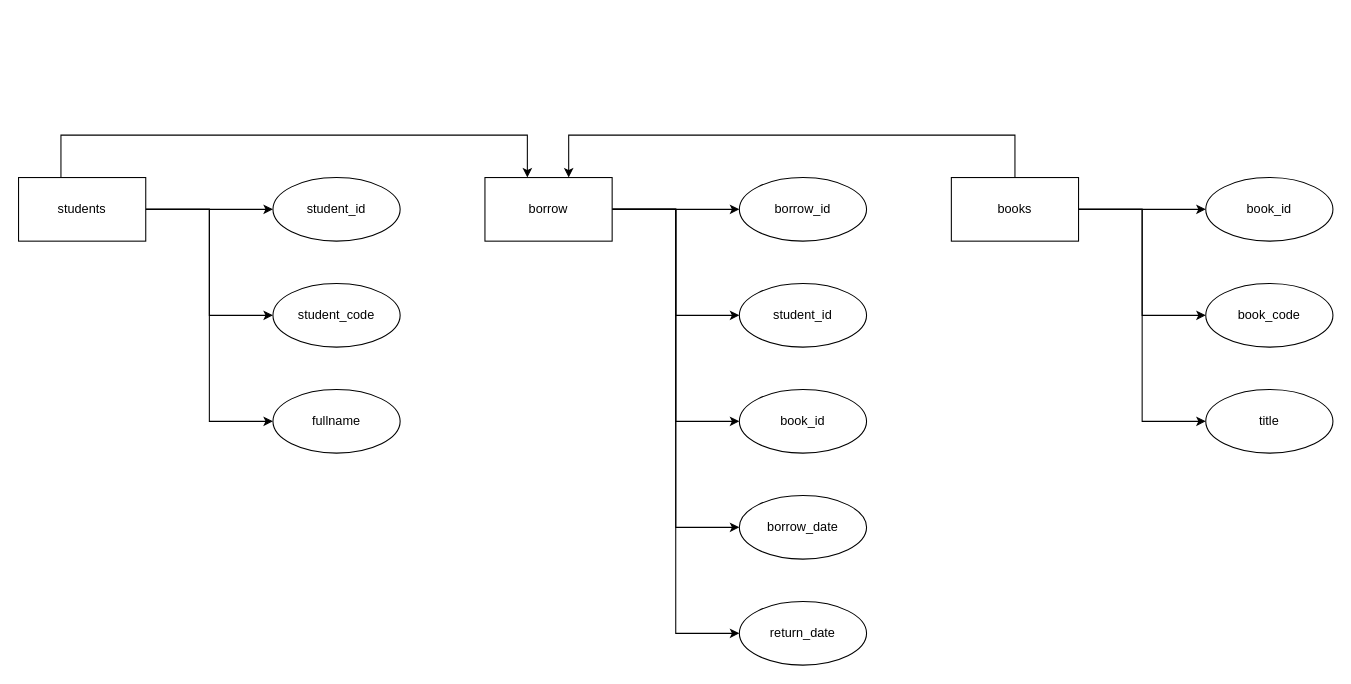
This is b2.drawio from trung2007hs-jpg/NguyenPhamHoangTrung_B25DTCN211_CNTT6_CSDL_Session01_BTVN02, a draw.io file, before an edit. Source tidied: cells renumbered, new cells numbered last; positions are measured from the earlier drawing's top-left corner, leaving out a move shared by most shapes. Both pictures are drawn from the tidied source at 106%, with x=0, y=0 at pixel (18, 135).
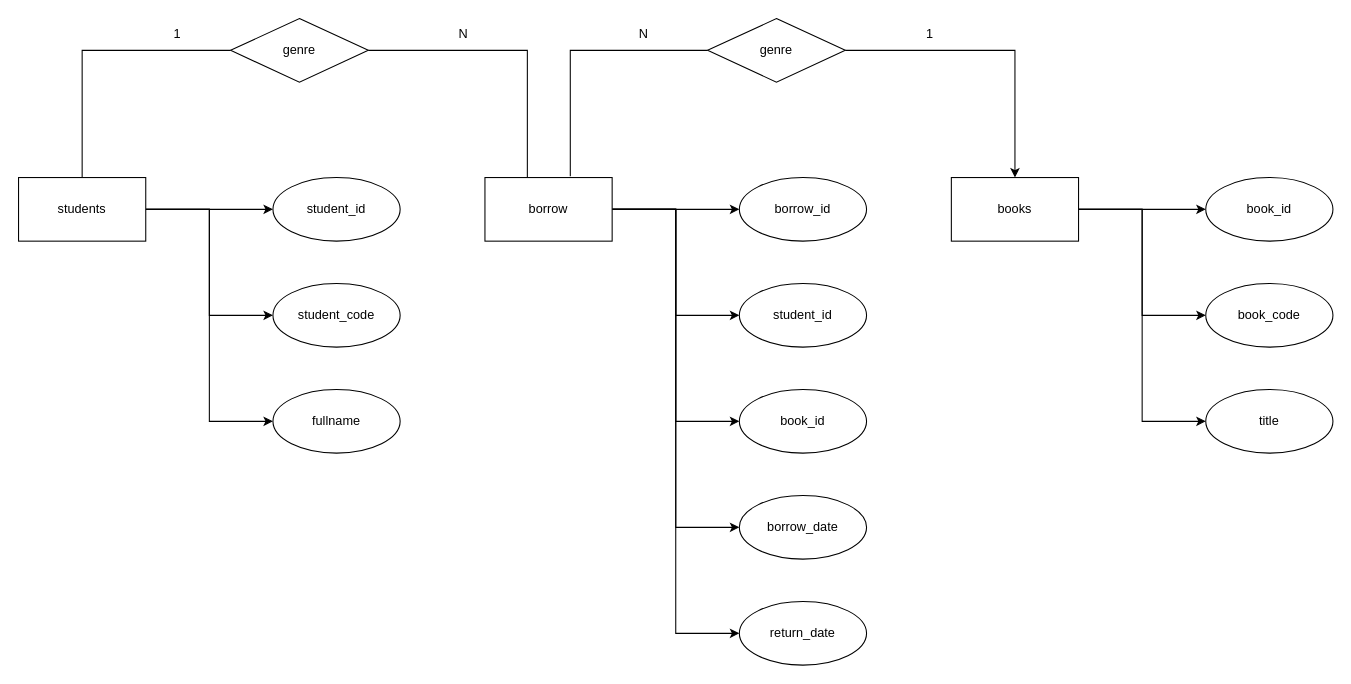
The same page after the edit.

Unchanged cells that the change refers to:
```xml
<mxCell id="6" value="students" style="rounded=0;whiteSpace=wrap;html=1;" parent="1" vertex="1">
  <mxGeometry y="40" width="120" height="60" as="geometry" />
</mxCell>
<mxCell id="13" value="books" style="rounded=0;whiteSpace=wrap;html=1;" parent="1" vertex="1">
  <mxGeometry x="880" y="40" width="120" height="60" as="geometry" />
</mxCell>
<mxCell id="22" value="borrow" style="rounded=0;whiteSpace=wrap;html=1;" parent="1" vertex="1">
  <mxGeometry x="440" y="40" width="120" height="60" as="geometry" />
</mxCell>
```

Diff of the diagram source:
```diff
@@
-    <mxCell id="5" style="edgeStyle=orthogonalEdgeStyle;rounded=0;orthogonalLoop=1;jettySize=auto;html=1;entryX=0.5;entryY=0;entryDx=0;entryDy=0;" parent="1" edge="1">
-      <mxGeometry relative="1" as="geometry">
-        <mxPoint x="40" y="40" as="sourcePoint" />
-        <mxPoint x="480" y="40" as="targetPoint" />
-        <Array as="points">
-          <mxPoint x="40" />
-          <mxPoint x="480" />
-        </Array>
-      </mxGeometry>
-    </mxCell>
+    <mxCell id="29" style="edgeStyle=orthogonalEdgeStyle;rounded=0;jettySize=auto;html=1;entryX=0;entryY=0.5;entryDx=0;entryDy=0;endArrow=none;endFill=0;" parent="1" edge="1" source="6" target="31">
+      <mxGeometry relative="1" as="geometry">
+        <Array as="points">
+          <mxPoint x="60" y="-80" />
+        </Array>
+      </mxGeometry>
+    </mxCell>
@@
-    <mxCell id="28" style="edgeStyle=orthogonalEdgeStyle;rounded=0;jettySize=auto;html=1;" parent="1" edge="1" source="13">
-      <mxGeometry relative="1" as="geometry">
-        <mxPoint x="519" y="40" as="targetPoint" />
-        <Array as="points">
-          <mxPoint x="940" />
-          <mxPoint x="519" />
-        </Array>
-      </mxGeometry>
-    </mxCell>
+    <mxCell id="30" style="edgeStyle=orthogonalEdgeStyle;rounded=0;jettySize=auto;html=1;endArrow=none;endFill=0;" parent="1" edge="1" source="31">
+      <mxGeometry relative="1" as="geometry">
+        <mxPoint x="480" y="40" as="targetPoint" />
+        <Array as="points">
+          <mxPoint x="480" y="-80" />
+          <mxPoint x="480" y="40" />
+        </Array>
+      </mxGeometry>
+    </mxCell>
+    <mxCell id="31" value="genre" style="rhombus;whiteSpace=wrap;html=1;" parent="1" vertex="1">
+      <mxGeometry x="200" y="-110" width="130" height="60" as="geometry" />
+    </mxCell>
+    <mxCell id="32" value="1" style="text;html=1;whiteSpace=wrap;strokeColor=none;fillColor=none;align=center;verticalAlign=middle;rounded=0;" parent="1" vertex="1">
+      <mxGeometry x="120" y="-110" width="60" height="30" as="geometry" />
+    </mxCell>
+    <mxCell id="33" value="N" style="text;html=1;whiteSpace=wrap;strokeColor=none;fillColor=none;align=center;verticalAlign=middle;rounded=0;" parent="1" vertex="1">
+      <mxGeometry x="390" y="-110" width="60" height="30" as="geometry" />
+    </mxCell>
+    <mxCell id="34" style="edgeStyle=orthogonalEdgeStyle;rounded=0;jettySize=auto;html=1;entryX=0.5;entryY=0;entryDx=0;entryDy=0;" parent="1" edge="1" source="35" target="13">
+      <mxGeometry relative="1" as="geometry">
+        <Array as="points">
+          <mxPoint x="940" y="-80" />
+        </Array>
+      </mxGeometry>
+    </mxCell>
+    <mxCell id="35" value="genre" style="rhombus;whiteSpace=wrap;html=1;" parent="1" vertex="1">
+      <mxGeometry x="650" y="-110" width="130" height="60" as="geometry" />
+    </mxCell>
+    <mxCell id="36" style="edgeStyle=orthogonalEdgeStyle;rounded=0;jettySize=auto;html=1;entryX=0.671;entryY=-0.02;entryDx=0;entryDy=0;entryPerimeter=0;endArrow=none;endFill=0;" parent="1" edge="1" source="35" target="22">
+      <mxGeometry relative="1" as="geometry" />
+    </mxCell>
+    <mxCell id="37" value="N" style="text;html=1;whiteSpace=wrap;strokeColor=none;fillColor=none;align=center;verticalAlign=middle;rounded=0;" parent="1" vertex="1">
+      <mxGeometry x="560" y="-110" width="60" height="30" as="geometry" />
+    </mxCell>
+    <mxCell id="38" value="1" style="text;html=1;whiteSpace=wrap;strokeColor=none;fillColor=none;align=center;verticalAlign=middle;rounded=0;" parent="1" vertex="1">
+      <mxGeometry x="830" y="-110" width="60" height="30" as="geometry" />
+    </mxCell>
```
